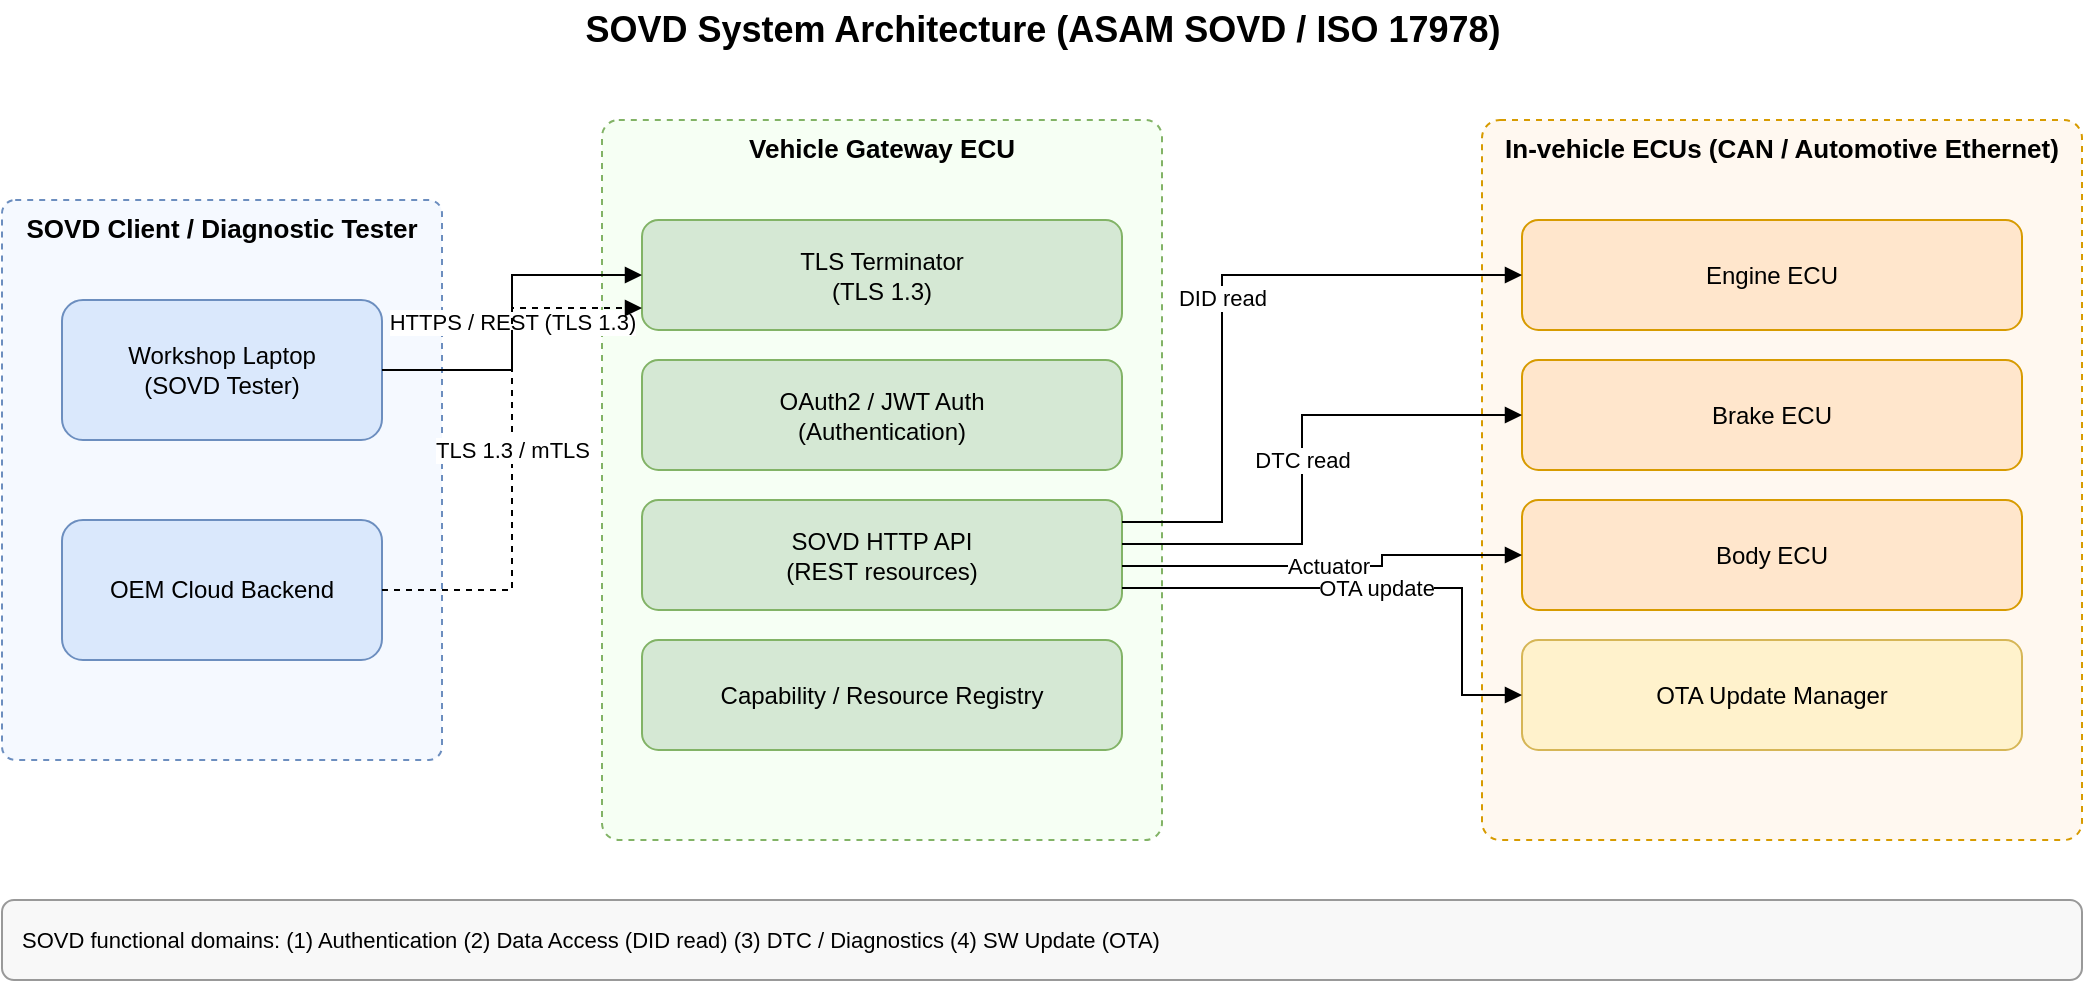
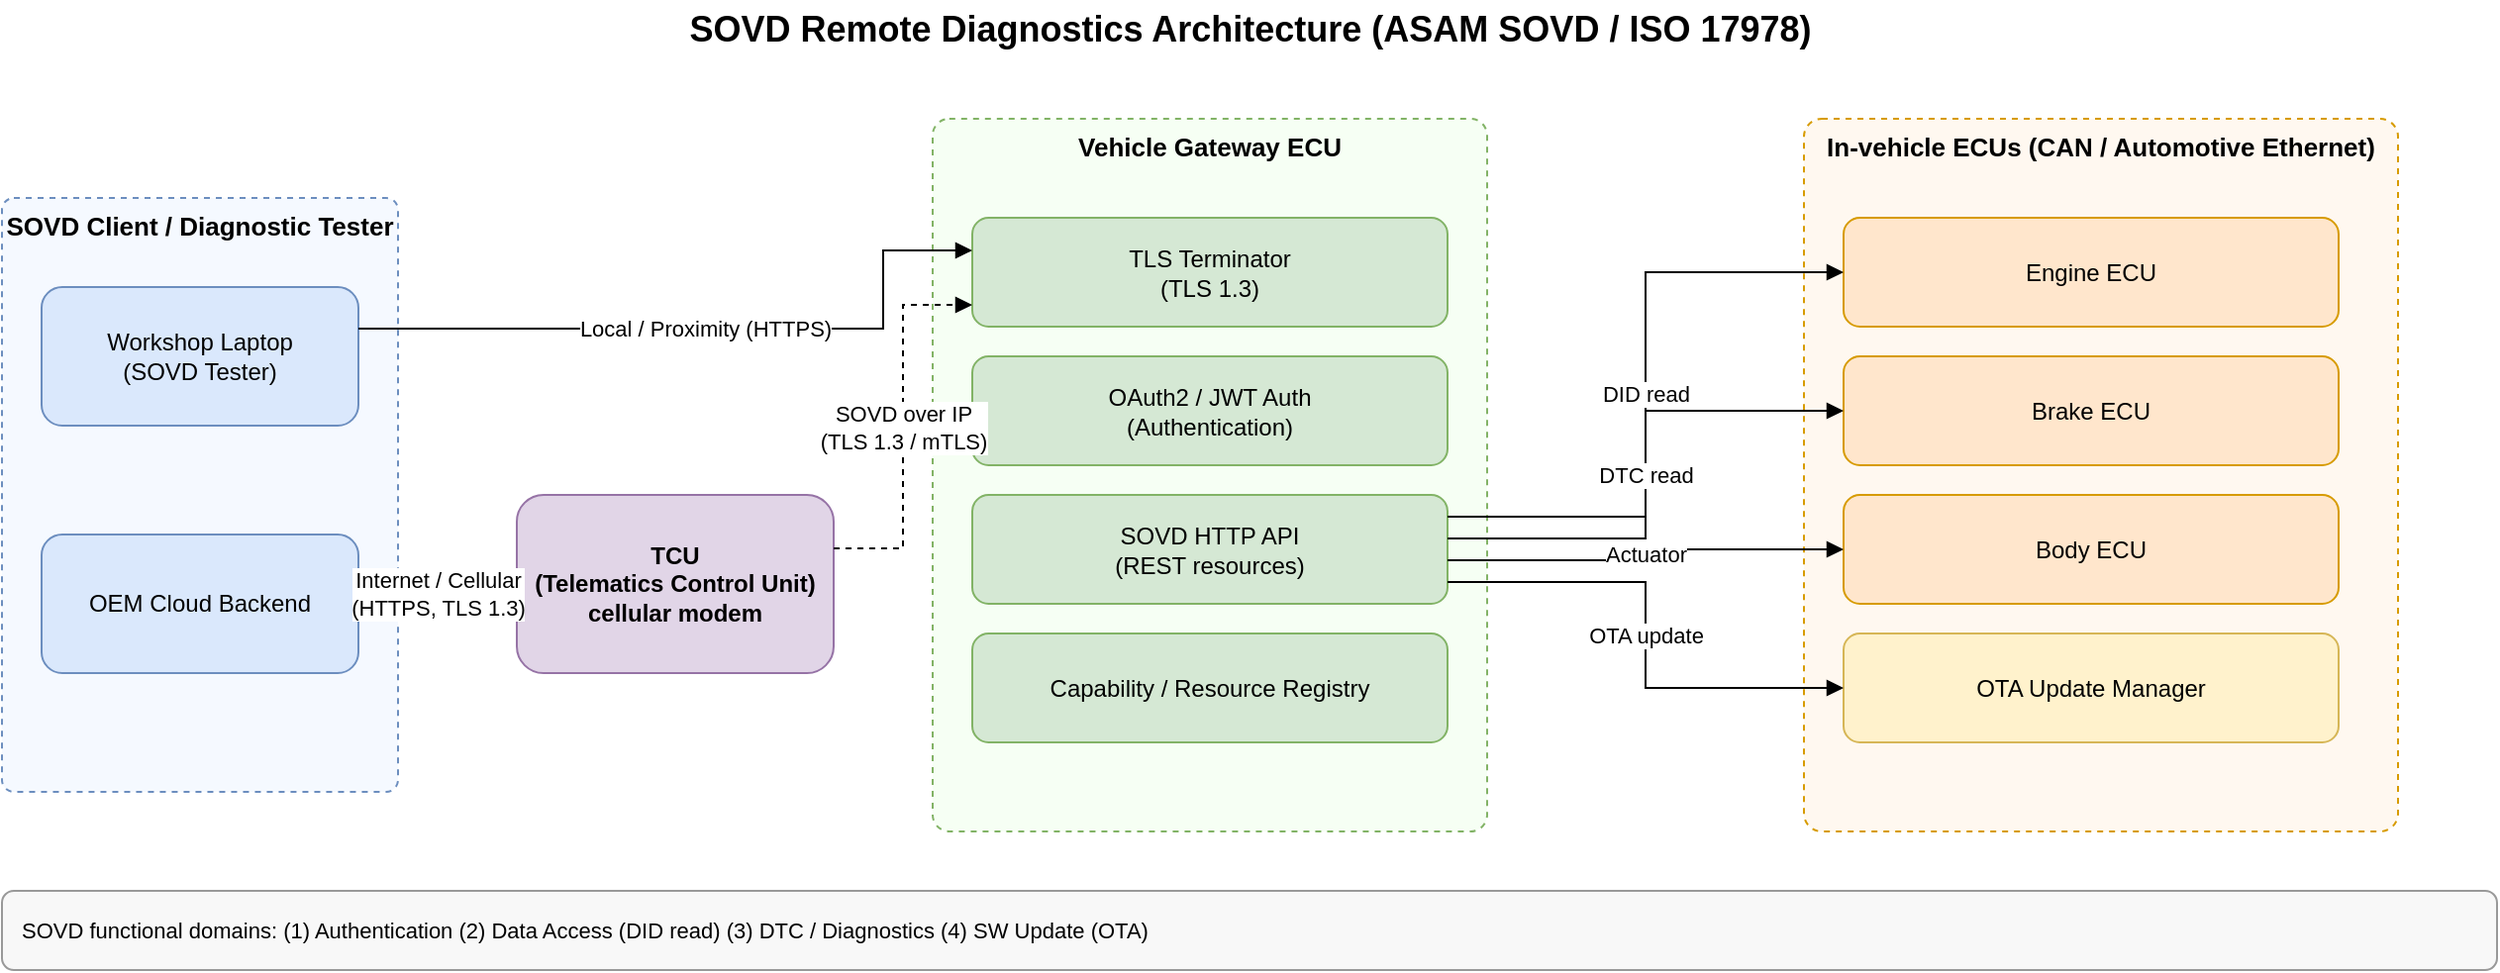
- <mxGraphModel dx="1120" dy="640" grid="0" gridSize="10" guides="1" tooltips="1" connect="1" arrows="1" fold="1" page="1" pageScale="1" pageWidth="1120" pageHeight="560" math="0" shadow="0" adaptiveColors="auto">
+ <mxGraphModel dx="1120" dy="640" grid="0" gridSize="10" guides="1" tooltips="1" connect="1" arrows="1" fold="1" page="1" pageScale="1" pageWidth="1340" pageHeight="560" math="0" shadow="0" adaptiveColors="auto">
  <root>
    <mxCell id="0"/>
    <mxCell id="1" parent="0"/>
-     <mxCell id="title" value="SOVD System Architecture (ASAM SOVD / ISO 17978)" style="text;html=1;align=center;verticalAlign=middle;fontSize=18;fontStyle=1;" vertex="1" parent="1">
-       <mxGeometry x="40" y="30" width="1040" height="30" as="geometry"/>
+     <mxCell id="title" value="SOVD Remote Diagnostics Architecture (ASAM SOVD / ISO 17978)" style="text;html=1;align=center;verticalAlign=middle;fontSize=18;fontStyle=1;" vertex="1" parent="1">
+       <mxGeometry x="40" y="30" width="1260" height="30" as="geometry"/>
    </mxCell>
    <mxCell id="zclient" value="SOVD Client / Diagnostic Tester" style="rounded=1;whiteSpace=wrap;html=1;verticalAlign=top;fontStyle=1;fontSize=13;dashed=1;arcSize=3;fillColor=#f5f9ff;strokeColor=#6c8ebf;" vertex="1" parent="1">
-       <mxGeometry x="40" y="130" width="220" height="280" as="geometry"/>
+       <mxGeometry x="40" y="130" width="200" height="300" as="geometry"/>
    </mxCell>
    <mxCell id="zgw" value="Vehicle Gateway ECU" style="rounded=1;whiteSpace=wrap;html=1;verticalAlign=top;fontStyle=1;fontSize=13;dashed=1;arcSize=3;fillColor=#f6fff4;strokeColor=#82b366;" vertex="1" parent="1">
-       <mxGeometry x="340" y="90" width="280" height="360" as="geometry"/>
+       <mxGeometry x="510" y="90" width="280" height="360" as="geometry"/>
    </mxCell>
    <mxCell id="zecu" value="In-vehicle ECUs (CAN / Automotive Ethernet)" style="rounded=1;whiteSpace=wrap;html=1;verticalAlign=top;fontStyle=1;fontSize=13;dashed=1;arcSize=3;fillColor=#fff8f0;strokeColor=#d79b00;" vertex="1" parent="1">
-       <mxGeometry x="780" y="90" width="300" height="360" as="geometry"/>
+       <mxGeometry x="950" y="90" width="300" height="360" as="geometry"/>
    </mxCell>
    <mxCell id="laptop" value="Workshop Laptop&#10;(SOVD Tester)" style="rounded=1;whiteSpace=wrap;html=1;fillColor=#dae8fc;strokeColor=#6c8ebf;fontSize=12;" vertex="1" parent="1">
-       <mxGeometry x="70" y="180" width="160" height="70" as="geometry"/>
+       <mxGeometry x="60" y="175" width="160" height="70" as="geometry"/>
    </mxCell>
    <mxCell id="cloud" value="OEM Cloud Backend" style="rounded=1;whiteSpace=wrap;html=1;fillColor=#dae8fc;strokeColor=#6c8ebf;fontSize=12;" vertex="1" parent="1">
-       <mxGeometry x="70" y="290" width="160" height="70" as="geometry"/>
+       <mxGeometry x="60" y="300" width="160" height="70" as="geometry"/>
+     </mxCell>
+     <mxCell id="tcu" value="TCU&#10;(Telematics Control Unit)&#10;cellular modem" style="rounded=1;whiteSpace=wrap;html=1;fillColor=#e1d5e7;strokeColor=#9673a6;fontSize=12;fontStyle=1;" vertex="1" parent="1">
+       <mxGeometry x="300" y="280" width="160" height="90" as="geometry"/>
    </mxCell>
    <mxCell id="tls" value="TLS Terminator&#10;(TLS 1.3)" style="rounded=1;whiteSpace=wrap;html=1;fillColor=#d5e8d4;strokeColor=#82b366;fontSize=12;" vertex="1" parent="1">
-       <mxGeometry x="360" y="140" width="240" height="55" as="geometry"/>
+       <mxGeometry x="530" y="140" width="240" height="55" as="geometry"/>
    </mxCell>
    <mxCell id="auth" value="OAuth2 / JWT Auth&#10;(Authentication)" style="rounded=1;whiteSpace=wrap;html=1;fillColor=#d5e8d4;strokeColor=#82b366;fontSize=12;" vertex="1" parent="1">
-       <mxGeometry x="360" y="210" width="240" height="55" as="geometry"/>
+       <mxGeometry x="530" y="210" width="240" height="55" as="geometry"/>
    </mxCell>
    <mxCell id="api" value="SOVD HTTP API&#10;(REST resources)" style="rounded=1;whiteSpace=wrap;html=1;fillColor=#d5e8d4;strokeColor=#82b366;fontSize=12;" vertex="1" parent="1">
-       <mxGeometry x="360" y="280" width="240" height="55" as="geometry"/>
+       <mxGeometry x="530" y="280" width="240" height="55" as="geometry"/>
    </mxCell>
    <mxCell id="registry" value="Capability / Resource Registry" style="rounded=1;whiteSpace=wrap;html=1;fillColor=#d5e8d4;strokeColor=#82b366;fontSize=12;" vertex="1" parent="1">
-       <mxGeometry x="360" y="350" width="240" height="55" as="geometry"/>
+       <mxGeometry x="530" y="350" width="240" height="55" as="geometry"/>
    </mxCell>
    <mxCell id="engine" value="Engine ECU" style="rounded=1;whiteSpace=wrap;html=1;fillColor=#ffe6cc;strokeColor=#d79b00;fontSize=12;" vertex="1" parent="1">
-       <mxGeometry x="800" y="140" width="250" height="55" as="geometry"/>
+       <mxGeometry x="970" y="140" width="250" height="55" as="geometry"/>
    </mxCell>
    <mxCell id="brake" value="Brake ECU" style="rounded=1;whiteSpace=wrap;html=1;fillColor=#ffe6cc;strokeColor=#d79b00;fontSize=12;" vertex="1" parent="1">
-       <mxGeometry x="800" y="210" width="250" height="55" as="geometry"/>
+       <mxGeometry x="970" y="210" width="250" height="55" as="geometry"/>
    </mxCell>
    <mxCell id="body" value="Body ECU" style="rounded=1;whiteSpace=wrap;html=1;fillColor=#ffe6cc;strokeColor=#d79b00;fontSize=12;" vertex="1" parent="1">
-       <mxGeometry x="800" y="280" width="250" height="55" as="geometry"/>
+       <mxGeometry x="970" y="280" width="250" height="55" as="geometry"/>
    </mxCell>
    <mxCell id="ota" value="OTA Update Manager" style="rounded=1;whiteSpace=wrap;html=1;fillColor=#fff2cc;strokeColor=#d6b656;fontSize=12;" vertex="1" parent="1">
-       <mxGeometry x="800" y="350" width="250" height="55" as="geometry"/>
+       <mxGeometry x="970" y="350" width="250" height="55" as="geometry"/>
    </mxCell>
-     <mxCell id="e1" value="HTTPS / REST (TLS 1.3)" style="edgeStyle=orthogonalEdgeStyle;rounded=0;html=1;fontSize=11;endArrow=block;exitX=1;exitY=0.5;exitDx=0;exitDy=0;entryX=0;entryY=0.5;entryDx=0;entryDy=0;" edge="1" parent="1" source="laptop" target="tls">
+     <mxCell id="e1" value="Local / Proximity (HTTPS)" style="edgeStyle=orthogonalEdgeStyle;rounded=0;html=1;fontSize=11;endArrow=block;exitX=1;exitY=0.3;exitDx=0;exitDy=0;entryX=0;entryY=0.3;entryDx=0;entryDy=0;" edge="1" parent="1" source="laptop" target="tls">
+       <mxGeometry relative="1" as="geometry">
+         <Array as="points">
+           <mxPoint x="485" y="196"/>
+         </Array>
+       </mxGeometry>
+     </mxCell>
+     <mxCell id="e2" value="Internet / Cellular&#10;(HTTPS, TLS 1.3)" style="edgeStyle=orthogonalEdgeStyle;rounded=0;html=1;fontSize=11;endArrow=block;exitX=1;exitY=0.5;exitDx=0;exitDy=0;entryX=0;entryY=0.5;entryDx=0;entryDy=0;" edge="1" parent="1" source="cloud" target="tcu">
      <mxGeometry relative="1" as="geometry"/>
    </mxCell>
-     <mxCell id="e2" value="TLS 1.3 / mTLS" style="edgeStyle=orthogonalEdgeStyle;rounded=0;html=1;fontSize=11;endArrow=block;dashed=1;exitX=1;exitY=0.5;exitDx=0;exitDy=0;entryX=0;entryY=0.8;entryDx=0;entryDy=0;" edge="1" parent="1" source="cloud" target="tls">
+     <mxCell id="e2b" value="SOVD over IP&#10;(TLS 1.3 / mTLS)" style="edgeStyle=orthogonalEdgeStyle;rounded=0;html=1;fontSize=11;endArrow=block;dashed=1;exitX=1;exitY=0.3;exitDx=0;exitDy=0;entryX=0;entryY=0.8;entryDx=0;entryDy=0;" edge="1" parent="1" source="tcu" target="tls">
      <mxGeometry relative="1" as="geometry"/>
    </mxCell>
    <mxCell id="e3" value="DID read" style="edgeStyle=orthogonalEdgeStyle;rounded=0;html=1;fontSize=11;endArrow=block;exitX=1;exitY=0.2;exitDx=0;exitDy=0;entryX=0;entryY=0.5;entryDx=0;entryDy=0;" edge="1" parent="1" source="api" target="engine">
-       <mxGeometry relative="1" as="geometry">
-         <Array as="points">
-           <mxPoint x="650" y="291"/>
-           <mxPoint x="650" y="167"/>
-         </Array>
-       </mxGeometry>
+       <mxGeometry relative="1" as="geometry"/>
    </mxCell>
    <mxCell id="e4" value="DTC read" style="edgeStyle=orthogonalEdgeStyle;rounded=0;html=1;fontSize=11;endArrow=block;exitX=1;exitY=0.4;exitDx=0;exitDy=0;entryX=0;entryY=0.5;entryDx=0;entryDy=0;" edge="1" parent="1" source="api" target="brake">
-       <mxGeometry relative="1" as="geometry">
-         <Array as="points">
-           <mxPoint x="690" y="302"/>
-           <mxPoint x="690" y="237"/>
-         </Array>
-       </mxGeometry>
+       <mxGeometry relative="1" as="geometry"/>
    </mxCell>
    <mxCell id="e5" value="Actuator" style="edgeStyle=orthogonalEdgeStyle;rounded=0;html=1;fontSize=11;endArrow=block;exitX=1;exitY=0.6;exitDx=0;exitDy=0;entryX=0;entryY=0.5;entryDx=0;entryDy=0;" edge="1" parent="1" source="api" target="body">
-       <mxGeometry relative="1" as="geometry">
-         <Array as="points">
-           <mxPoint x="730" y="313"/>
-           <mxPoint x="730" y="307"/>
-         </Array>
-       </mxGeometry>
+       <mxGeometry relative="1" as="geometry"/>
    </mxCell>
    <mxCell id="e6" value="OTA update" style="edgeStyle=orthogonalEdgeStyle;rounded=0;html=1;fontSize=11;endArrow=block;exitX=1;exitY=0.8;exitDx=0;exitDy=0;entryX=0;entryY=0.5;entryDx=0;entryDy=0;" edge="1" parent="1" source="api" target="ota">
-       <mxGeometry relative="1" as="geometry">
-         <Array as="points">
-           <mxPoint x="770" y="324"/>
-           <mxPoint x="770" y="377"/>
-         </Array>
-       </mxGeometry>
+       <mxGeometry relative="1" as="geometry"/>
    </mxCell>
    <mxCell id="note" value="SOVD functional domains:  (1) Authentication   (2) Data Access (DID read)   (3) DTC / Diagnostics   (4) SW Update (OTA)" style="rounded=1;whiteSpace=wrap;html=1;align=left;verticalAlign=middle;fontSize=11;fillColor=#f8f8f8;strokeColor=#999999;spacingLeft=8;" vertex="1" parent="1">
-       <mxGeometry x="40" y="480" width="1040" height="40" as="geometry"/>
+       <mxGeometry x="40" y="480" width="1260" height="40" as="geometry"/>
    </mxCell>
  </root>
</mxGraphModel>
